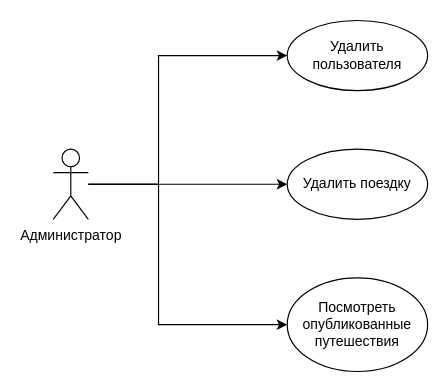
egoistique/TravelWithFriends keeps this draw.io diagram as documentation/диаграммы/use case со стороны администратора.drawio. Above is the earlier version. Source tidied: cells renumbered, new cells numbered last; positions are measured from the earlier drawing's top-left corner, leaving out a move shared by most shapes. Both pictures are drawn from the tidied source at 117%, with x=0, y=0 at pixel (53, 20).
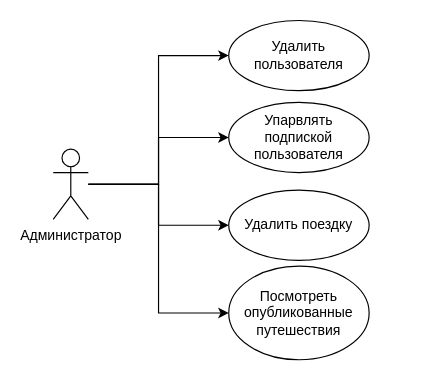
After the change.

The edit, as a diff of the source:
```diff
@@
 <mxGraphModel>
   <root>
     <mxCell id="0" />
     <mxCell id="1" parent="0" />
     <mxCell id="2" style="rounded=0;jettySize=auto;html=1;edgeStyle=orthogonalEdgeStyle;" parent="1" edge="1" source="3" target="6">
       <mxGeometry relative="1" as="geometry">
         <Array as="points">
           <mxPoint x="90" y="140" />
           <mxPoint x="90" y="30" />
         </Array>
       </mxGeometry>
     </mxCell>
+    <mxCell id="9" style="edgeStyle=orthogonalEdgeStyle;rounded=0;jettySize=auto;html=1;" parent="1" edge="1" source="3" target="10">
+      <mxGeometry relative="1" as="geometry" />
+    </mxCell>
     <mxCell id="3" value="Администратор" style="shape=umlActor;verticalLabelPosition=bottom;verticalAlign=top;html=1;outlineConnect=0;" parent="1" vertex="1">
       <mxGeometry y="110" width="30" height="60" as="geometry" />
     </mxCell>
     <mxCell id="4" value="Посмотреть опубликованные путешествия" style="ellipse;whiteSpace=wrap;html=1;" parent="1" vertex="1">
-      <mxGeometry x="200" y="220" width="120" height="80" as="geometry" />
+      <mxGeometry x="150" y="210" width="120" height="80" as="geometry" />
     </mxCell>
     <mxCell id="5" value="Удалить поездку" style="ellipse;whiteSpace=wrap;html=1;" parent="1" vertex="1">
-      <mxGeometry x="200" y="110" width="120" height="60" as="geometry" />
+      <mxGeometry x="150" y="145" width="120" height="60" as="geometry" />
     </mxCell>
     <mxCell id="6" value="Удалить пользователя" style="ellipse;whiteSpace=wrap;html=1;" parent="1" vertex="1">
-      <mxGeometry x="200" width="120" height="60" as="geometry" />
+      <mxGeometry x="150" width="120" height="60" as="geometry" />
     </mxCell>
     <mxCell id="7" style="rounded=0;jettySize=auto;html=1;edgeStyle=orthogonalEdgeStyle;" parent="1" edge="1" source="3" target="5">
       <mxGeometry relative="1" as="geometry">
         <Array as="points">
-          <mxPoint x="160" y="140" />
-          <mxPoint x="160" y="140" />
+          <mxPoint x="90" y="140" />
+          <mxPoint x="90" y="175" />
         </Array>
       </mxGeometry>
     </mxCell>
     <mxCell id="8" style="rounded=0;jettySize=auto;html=1;edgeStyle=orthogonalEdgeStyle;" parent="1" edge="1" source="3" target="4">
       <mxGeometry relative="1" as="geometry">
         <Array as="points">
           <mxPoint x="90" y="140" />
         </Array>
       </mxGeometry>
     </mxCell>
+    <mxCell id="10" value="Упарвлять подпиской пользователя" style="ellipse;whiteSpace=wrap;html=1;" parent="1" vertex="1">
+      <mxGeometry x="150" y="70" width="120" height="60" as="geometry" />
+    </mxCell>
   </root>
 </mxGraphModel>
```
